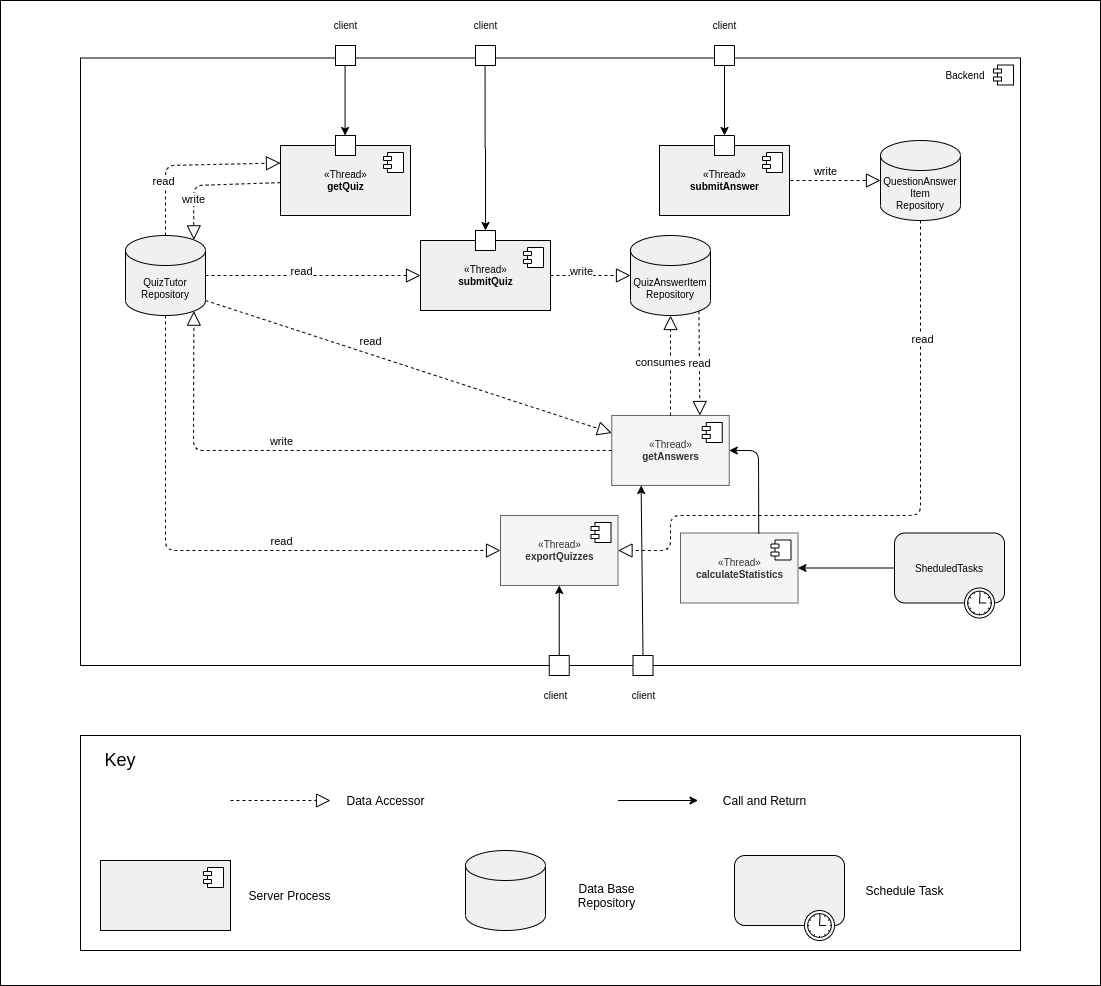
galmeida9/Software-Architecture-20-21 keeps this draw.io diagram as report-resources/performance-architecture.png. Above is the earlier version. Source tidied: cells renumbered, new cells last; positions are measured from the earlier drawing's top-left corner, leaving out a move shared by most shapes.
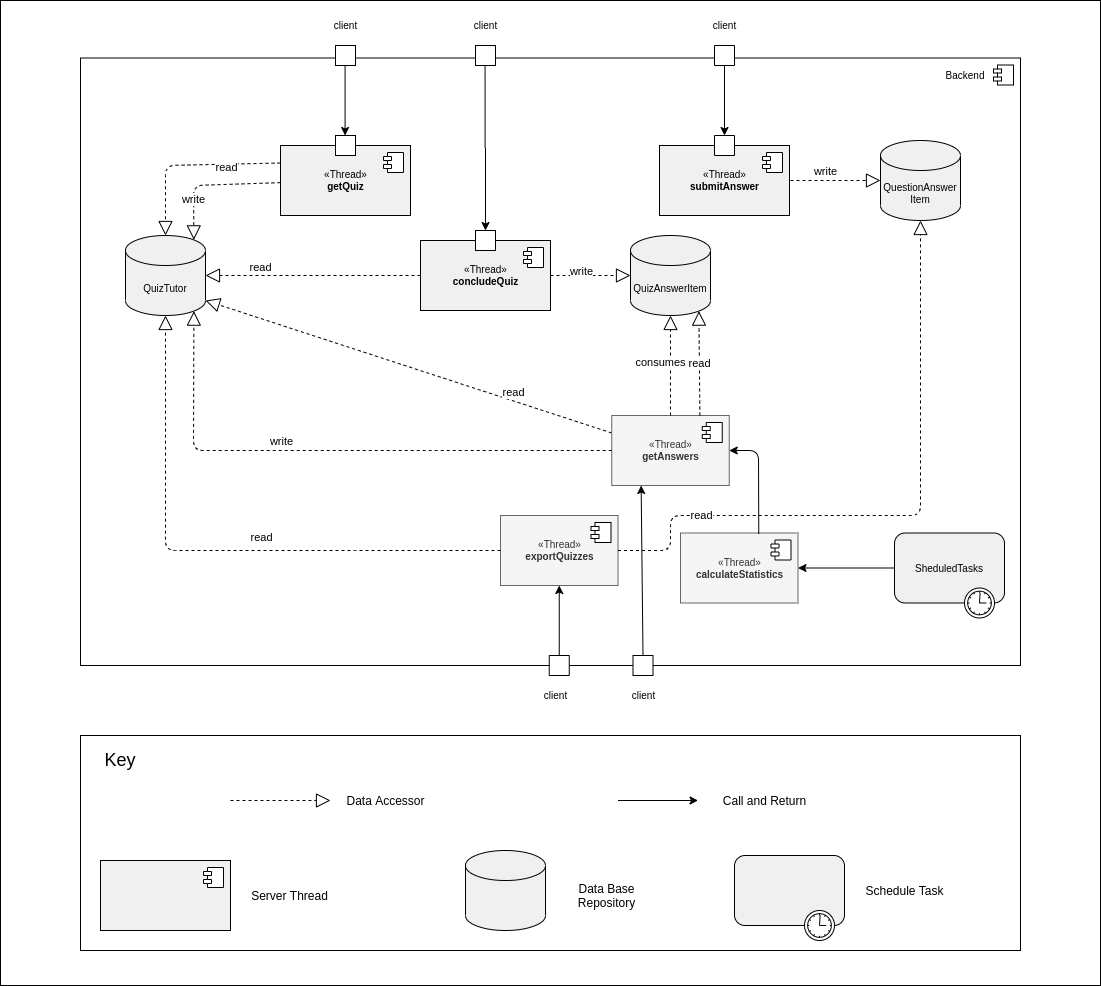
The same diagram one commit later.

Commit message:
update scalability architecture

The edit, as a diff of the source:
```diff
@@ -70,7 +70,7 @@
     <mxCell id="21" value="client" style="text;html=1;strokeColor=none;fillColor=none;align=center;verticalAlign=middle;whiteSpace=wrap;rounded=0;fontSize=10;" parent="1" vertex="1">
       <mxGeometry x="312.5" y="15" width="65" height="20" as="geometry" />
     </mxCell>
-    <mxCell id="22" value="QuizAnswerItem&lt;br&gt;Repository" style="shape=cylinder3;whiteSpace=wrap;html=1;boundedLbl=1;backgroundOutline=1;size=15;fontSize=10;fillColor=#F0F0F0;" parent="1" vertex="1">
+    <mxCell id="22" value="QuizAnswerItem" style="shape=cylinder3;whiteSpace=wrap;html=1;boundedLbl=1;backgroundOutline=1;size=15;fontSize=10;fillColor=#F0F0F0;" parent="1" vertex="1">
       <mxGeometry x="630" y="235" width="80" height="80" as="geometry" />
     </mxCell>
     <mxCell id="23" style="endArrow=block;dashed=1;endFill=0;endSize=12;html=1;fontSize=10;exitX=1;exitY=0.5;exitDx=0;exitDy=0;entryX=0;entryY=0.5;entryDx=0;entryDy=0;entryPerimeter=0;" parent="1" edge="1" source="74" target="22">
@@ -144,7 +144,7 @@
     <mxCell id="39" value="Data Base Repository" style="text;html=1;strokeColor=none;fillColor=none;align=center;verticalAlign=middle;whiteSpace=wrap;rounded=0;" parent="1" vertex="1">
       <mxGeometry x="560" y="870" width="92.5" height="50" as="geometry" />
     </mxCell>
-    <mxCell id="40" value="Server Process" style="text;html=1;strokeColor=none;fillColor=none;align=center;verticalAlign=middle;whiteSpace=wrap;rounded=0;" parent="1" vertex="1">
+    <mxCell id="40" value="Server Thread" style="text;html=1;strokeColor=none;fillColor=none;align=center;verticalAlign=middle;whiteSpace=wrap;rounded=0;" parent="1" vertex="1">
       <mxGeometry x="242.5" y="870" width="92.5" height="50" as="geometry" />
     </mxCell>
     <mxCell id="41" value="Schedule Task" style="text;html=1;strokeColor=none;fillColor=none;align=center;verticalAlign=middle;whiteSpace=wrap;rounded=0;" parent="1" vertex="1">
@@ -156,7 +156,7 @@
     <mxCell id="43" value="Call and Return" style="text;html=1;strokeColor=none;fillColor=none;align=center;verticalAlign=middle;whiteSpace=wrap;rounded=0;" parent="1" vertex="1">
       <mxGeometry x="717.5" y="780" width="92.5" height="40" as="geometry" />
     </mxCell>
-    <mxCell id="44" style="endArrow=block;dashed=1;endFill=0;endSize=12;html=1;fontSize=10;entryX=0;entryY=0.25;entryDx=0;entryDy=0;" parent="1" edge="1" source="69" target="6">
+    <mxCell id="44" style="endArrow=block;dashed=1;endFill=0;endSize=12;html=1;fontSize=10;exitX=0;exitY=0.25;exitDx=0;exitDy=0;" parent="1" edge="1" source="6" target="69">
       <mxGeometry relative="1" as="geometry">
         <Array as="points">
           <mxPoint x="165" y="165" />
@@ -166,15 +166,7 @@
     <mxCell id="45" value="read" style="edgeLabel;html=1;align=center;verticalAlign=middle;" parent="44" vertex="1">
       <mxGeometry x="-0.41" y="3" relative="1" as="geometry" />
     </mxCell>
-    <mxCell id="46" style="endArrow=block;dashed=1;endFill=0;endSize=12;html=1;fontSize=10;exitX=1;exitY=0.5;exitDx=0;exitDy=0;exitPerimeter=0;" parent="1" edge="1" source="69" target="74">
-      <mxGeometry relative="1" as="geometry" />
-    </mxCell>
-    <mxCell id="47" value="read" style="edgeLabel;html=1;align=center;verticalAlign=middle;" parent="46" vertex="1">
-      <mxGeometry x="0.19" y="-2" relative="1" as="geometry">
-        <mxPoint x="-33" y="-7" as="offset" />
-      </mxGeometry>
-    </mxCell>
-    <mxCell id="48" style="endArrow=block;dashed=1;endFill=0;endSize=12;html=1;fontSize=10;entryX=0;entryY=0.25;entryDx=0;entryDy=0;exitX=1;exitY=1;exitDx=0;exitDy=-15;exitPerimeter=0;" parent="1" edge="1" source="69" target="54">
+    <mxCell id="48" style="endArrow=block;dashed=1;endFill=0;endSize=12;html=1;fontSize=10;entryX=1;entryY=1;entryDx=0;entryDy=-15;exitX=0;exitY=0.25;exitDx=0;exitDy=0;entryPerimeter=0;" parent="1" edge="1" source="54" target="69">
       <mxGeometry relative="1" as="geometry" />
     </mxCell>
     <mxCell id="49" value="read" style="edgeLabel;html=1;align=center;verticalAlign=middle;" parent="48" vertex="1">
@@ -193,7 +185,7 @@
         <mxPoint x="344.6" y="135" as="targetPoint" />
       </mxGeometry>
     </mxCell>
-    <mxCell id="52" value="QuestionAnswer&lt;br&gt;Item&lt;br&gt;Repository" style="shape=cylinder3;whiteSpace=wrap;html=1;boundedLbl=1;backgroundOutline=1;size=15;fontSize=10;fillColor=#F0F0F0;" parent="1" vertex="1">
+    <mxCell id="52" value="QuestionAnswer&lt;br&gt;Item" style="shape=cylinder3;whiteSpace=wrap;html=1;boundedLbl=1;backgroundOutline=1;size=15;fontSize=10;fillColor=#F0F0F0;" parent="1" vertex="1">
       <mxGeometry x="880" y="140" width="80" height="80" as="geometry" />
     </mxCell>
     <mxCell id="53" style="endArrow=classic;html=1;exitX=0;exitY=0.5;exitDx=0;exitDy=0;entryX=1;entryY=0.5;entryDx=0;entryDy=0;" parent="1" edge="1" source="16" target="56">
@@ -223,12 +215,12 @@
         <mxPoint x="-27" y="7" as="offset" />
       </mxGeometry>
     </mxCell>
-    <mxCell id="60" style="endArrow=block;dashed=1;endFill=0;endSize=12;html=1;fontSize=10;exitX=0.5;exitY=1;exitDx=0;exitDy=0;entryX=1;entryY=0.5;entryDx=0;entryDy=0;exitPerimeter=0;" parent="1" edge="1" source="52" target="58">
+    <mxCell id="60" style="endArrow=block;dashed=1;endFill=0;endSize=12;html=1;fontSize=10;exitX=1;exitY=0.5;exitDx=0;exitDy=0;entryX=0.5;entryY=1;entryDx=0;entryDy=0;entryPerimeter=0;" parent="1" edge="1" source="58" target="52">
       <mxGeometry relative="1" as="geometry">
         <Array as="points">
+          <mxPoint x="670" y="550" />
+          <mxPoint x="670" y="515" />
           <mxPoint x="920" y="515" />
-          <mxPoint x="670" y="515" />
-          <mxPoint x="670" y="550" />
         </Array>
       </mxGeometry>
     </mxCell>
@@ -242,11 +234,11 @@
         </Array>
       </mxGeometry>
     </mxCell>
-    <mxCell id="63" style="endArrow=block;dashed=1;endFill=0;endSize=12;html=1;fontSize=10;entryX=0;entryY=0.5;entryDx=0;entryDy=0;" parent="1" edge="1" source="69" target="58">
+    <mxCell id="63" style="endArrow=block;dashed=1;endFill=0;endSize=12;html=1;fontSize=10;exitX=0;exitY=0.5;exitDx=0;exitDy=0;" parent="1" edge="1" source="58" target="69">
       <mxGeometry relative="1" as="geometry">
         <Array as="points">
+          <mxPoint x="345" y="550" />
           <mxPoint x="165" y="550" />
-          <mxPoint x="345" y="550" />
         </Array>
       </mxGeometry>
     </mxCell>
@@ -274,7 +266,7 @@
     <mxCell id="68" style="endArrow=classic;html=1;exitX=0;exitY=0.5;exitDx=0;exitDy=0;entryX=0.25;entryY=1;entryDx=0;entryDy=0;" parent="1" edge="1" source="67" target="54">
       <mxGeometry relative="1" as="geometry" />
     </mxCell>
-    <mxCell id="69" value="QuizTutor&lt;br&gt;Repository" style="shape=cylinder3;whiteSpace=wrap;html=1;boundedLbl=1;backgroundOutline=1;size=15;fontSize=10;fillColor=#F0F0F0;" parent="1" vertex="1">
+    <mxCell id="69" value="QuizTutor" style="shape=cylinder3;whiteSpace=wrap;html=1;boundedLbl=1;backgroundOutline=1;size=15;fontSize=10;fillColor=#F0F0F0;" parent="1" vertex="1">
       <mxGeometry x="125" y="235" width="80" height="80" as="geometry" />
     </mxCell>
     <mxCell id="70" style="endArrow=block;dashed=1;endFill=0;endSize=12;html=1;" parent="1" edge="1" source="54" target="22">
@@ -285,13 +277,13 @@
         <mxPoint x="-12" y="21.2" as="offset" />
       </mxGeometry>
     </mxCell>
-    <mxCell id="72" value="read" style="endArrow=block;dashed=1;endFill=0;endSize=12;html=1;entryX=0.75;entryY=0;entryDx=0;entryDy=0;exitX=0.855;exitY=1;exitDx=0;exitDy=-4.35;exitPerimeter=0;" parent="1" edge="1" source="22" target="54">
+    <mxCell id="72" value="read" style="endArrow=block;dashed=1;endFill=0;endSize=12;html=1;entryX=0.855;entryY=1;entryDx=0;entryDy=-4.35;exitX=0.75;exitY=0;exitDx=0;exitDy=0;entryPerimeter=0;" parent="1" edge="1" source="54" target="22">
       <mxGeometry relative="1" as="geometry" />
     </mxCell>
     <mxCell id="73" style="group;" parent="1" vertex="1">
       <mxGeometry x="420" y="230" width="130" height="80" as="geometry" />
     </mxCell>
-    <mxCell id="74" value="«Thread»&lt;br&gt;&lt;b&gt;submitQuiz&lt;/b&gt;" style="html=1;fontSize=10;fillColor=#F0F0F0;" parent="73" vertex="1">
+    <mxCell id="74" value="«Thread»&lt;br&gt;&lt;b&gt;concludeQuiz&lt;/b&gt;" style="html=1;fontSize=10;fillColor=#F0F0F0;" parent="73" vertex="1">
       <mxGeometry y="10" width="130" height="70" as="geometry" />
     </mxCell>
     <mxCell id="75" style="shape=module;jettyWidth=8;jettyHeight=4;" parent="74" vertex="1">
@@ -308,5 +300,13 @@
     <mxCell id="78" value="client" style="text;html=1;strokeColor=none;fillColor=none;align=center;verticalAlign=middle;whiteSpace=wrap;rounded=0;fontSize=10;" parent="1" vertex="1">
       <mxGeometry x="611.2" y="685" width="65" height="20" as="geometry" />
     </mxCell>
+    <mxCell id="46" style="endArrow=block;dashed=1;endFill=0;endSize=12;html=1;fontSize=10;entryX=1;entryY=0.5;entryDx=0;entryDy=0;entryPerimeter=0;" parent="1" edge="1" source="74" target="69">
+      <mxGeometry relative="1" as="geometry" />
+    </mxCell>
+    <mxCell id="47" value="read" style="edgeLabel;html=1;align=center;verticalAlign=middle;" parent="46" vertex="1">
+      <mxGeometry x="0.19" y="-2" relative="1" as="geometry">
+        <mxPoint x="-33" y="-7" as="offset" />
+      </mxGeometry>
+    </mxCell>
   </root>
 </mxGraphModel>
```
